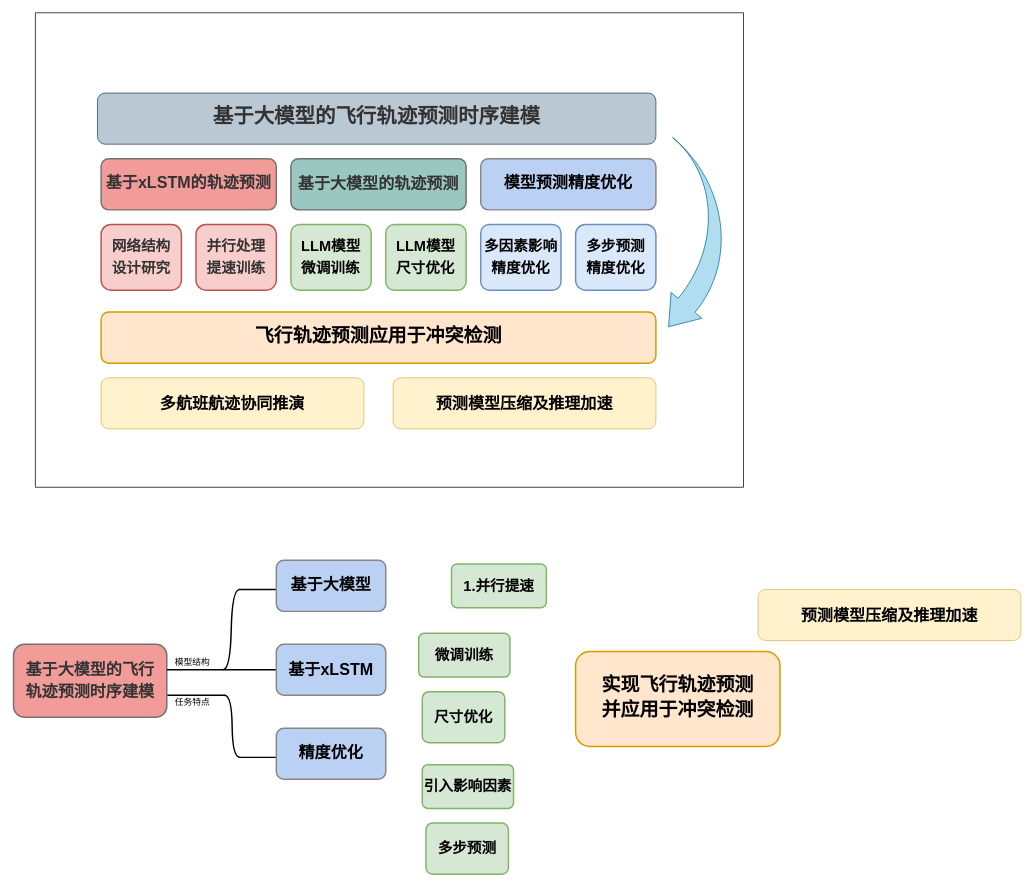
The draw.io diagram 未命名绘图.drawio in MMMayongtian/myDraw, before the edit. Source tidied: cells renumbered, new cells numbered last; positions are measured from the earlier drawing's top-left corner, leaving out a move shared by most shapes. Both pictures are drawn from the tidied source at 73%, with x=0, y=0 at pixel (13, 12).
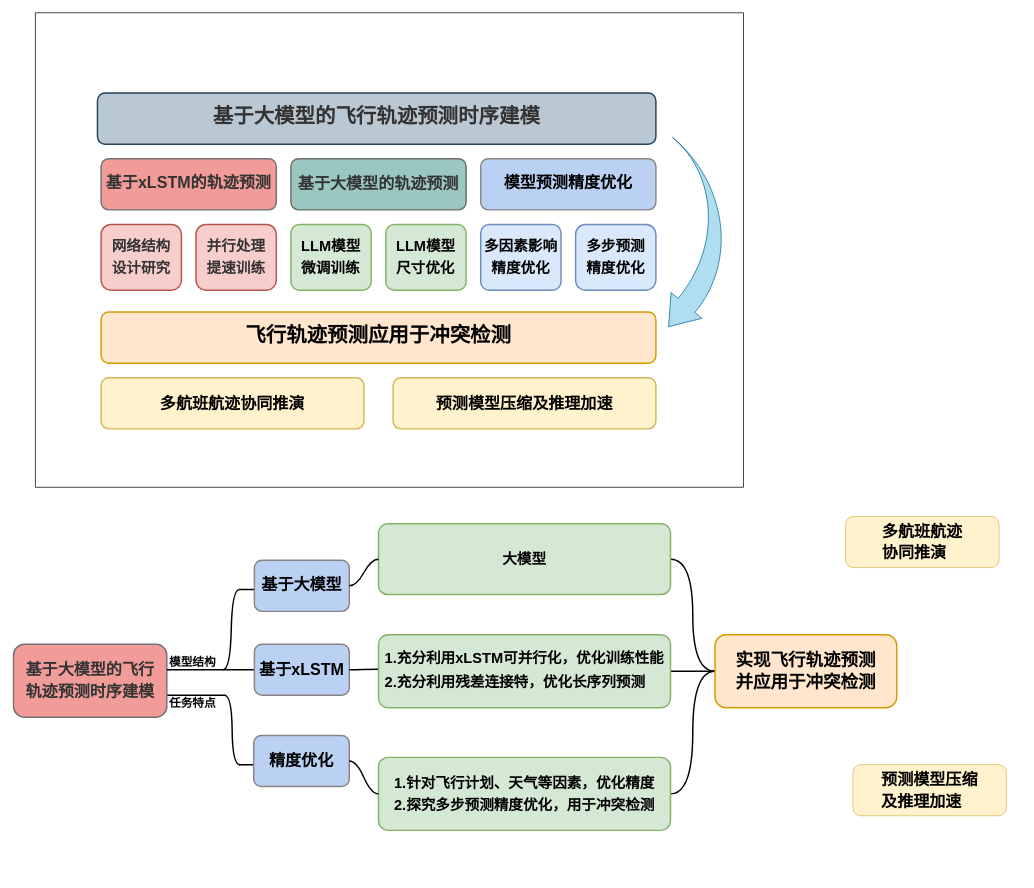
After the change.

Commit message (it also covers changes not shown here):
更新未命名绘图.drawio

What changed in the source:
```diff
@@
     <mxCell id="2" style="whiteSpace=wrap;html=1;shape=partialRectangle;top=0;left=0;bottom=1;right=0;points=[[0,1],[1,1]];fillColor=none;align=center;verticalAlign=bottom;routingCenterY=0.5;snapToPoint=1;newEdgeStyle={&quot;edgeStyle&quot;:&quot;entityRelationEdgeStyle&quot;,&quot;startArrow&quot;:&quot;none&quot;,&quot;endArrow&quot;:&quot;none&quot;,&quot;segment&quot;:10,&quot;curved&quot;:1,&quot;sourcePerimeterSpacing&quot;:0,&quot;targetPerimeterSpacing&quot;:0};strokeWidth=2;" parent="1" vertex="1">
-      <mxGeometry x="310" y="980" width="60" height="40" as="geometry" />
+      <mxGeometry x="310" y="990" width="60" height="40" as="geometry" />
     </mxCell>
@@
-    <mxCell id="5" value="&lt;div style=&quot;font-size: medium; text-align: start;&quot;&gt;&lt;/div&gt;&lt;div style=&quot;text-align: start;&quot; class=&quot;document&quot;&gt;&lt;div style=&quot;&quot; class=&quot;section&quot;&gt;&lt;p style=&quot;margin: 0pt; text-align: justify; line-height: 22pt;&quot; class=&quot;paragraph text-align-type-justify&quot;&gt;&lt;span style=&quot;font-weight: bold; color: rgb(51, 51, 51); letter-spacing: 0pt; vertical-align: baseline;&quot;&gt;&lt;font face=&quot;Helvetica&quot; style=&quot;font-size: 28px;&quot;&gt;基于大模型的飞行轨迹预测时序建模&lt;/font&gt;&lt;/span&gt;&lt;/p&gt;&lt;/div&gt;&lt;/div&gt;" style="rounded=1;whiteSpace=wrap;html=1;fillColor=#bac8d3;strokeColor=#23445d;" parent="1" vertex="1">
+    <mxCell id="5" value="&lt;div style=&quot;font-size: medium; text-align: start;&quot;&gt;&lt;/div&gt;&lt;div style=&quot;text-align: start;&quot; class=&quot;document&quot;&gt;&lt;div style=&quot;&quot; class=&quot;section&quot;&gt;&lt;p style=&quot;margin: 0pt; text-align: justify; line-height: 22pt;&quot; class=&quot;paragraph text-align-type-justify&quot;&gt;&lt;span style=&quot;font-weight: bold; color: rgb(51, 51, 51); letter-spacing: 0pt; vertical-align: baseline;&quot;&gt;&lt;font face=&quot;Helvetica&quot; style=&quot;font-size: 28px;&quot;&gt;基于大模型的飞行轨迹预测时序建模&lt;/font&gt;&lt;/span&gt;&lt;/p&gt;&lt;/div&gt;&lt;/div&gt;" style="rounded=1;whiteSpace=wrap;html=1;fillColor=#bac8d3;strokeColor=#23445d;strokeWidth=2;" parent="1" vertex="1">
       <mxGeometry x="115" y="110" width="765" height="70" as="geometry" />
     </mxCell>
@@
-    <mxCell id="14" value="&lt;div style=&quot;font-size: medium; text-align: start;&quot;&gt;&lt;/div&gt;&lt;div style=&quot;text-align: start;&quot; class=&quot;document&quot;&gt;&lt;div style=&quot;&quot; class=&quot;section&quot;&gt;&lt;p style=&quot;margin: 0pt; text-align: justify; line-height: 22pt;&quot; class=&quot;paragraph text-align-type-justify&quot;&gt;&lt;span style=&quot;font-weight: bold; letter-spacing: 0pt; vertical-align: baseline;&quot;&gt;&lt;font face=&quot;Helvetica&quot; style=&quot;font-size: 26px;&quot;&gt;飞行轨迹预测应用于冲突检测&lt;/font&gt;&lt;/span&gt;&lt;/p&gt;&lt;/div&gt;&lt;/div&gt;" style="rounded=1;whiteSpace=wrap;html=1;fillColor=#ffe6cc;strokeColor=#d79b00;strokeWidth=2;" parent="1" vertex="1">
+    <mxCell id="14" value="&lt;div style=&quot;font-size: medium; text-align: start;&quot;&gt;&lt;/div&gt;&lt;div style=&quot;text-align: start;&quot; class=&quot;document&quot;&gt;&lt;div style=&quot;&quot; class=&quot;section&quot;&gt;&lt;p style=&quot;margin: 0pt; text-align: justify; line-height: 22pt;&quot; class=&quot;paragraph text-align-type-justify&quot;&gt;&lt;span style=&quot;font-weight: bold; letter-spacing: 0pt; vertical-align: baseline;&quot;&gt;&lt;font face=&quot;Helvetica&quot; style=&quot;font-size: 28px;&quot;&gt;飞行轨迹预测应用于冲突检测&lt;/font&gt;&lt;/span&gt;&lt;/p&gt;&lt;/div&gt;&lt;/div&gt;" style="rounded=1;whiteSpace=wrap;html=1;fillColor=#ffe6cc;strokeColor=#d79b00;strokeWidth=2;" parent="1" vertex="1">
       <mxGeometry x="120" y="410" width="760" height="70" as="geometry" />
     </mxCell>
@@
-    <mxCell id="17" value="&lt;div style=&quot;font-size: medium; text-align: start;&quot;&gt;&lt;/div&gt;&lt;div style=&quot;text-align: start;&quot; class=&quot;document&quot;&gt;&lt;div style=&quot;font-size: 22px;&quot; class=&quot;section&quot;&gt;&lt;p style=&quot;margin: 0pt; text-align: justify; line-height: 22pt;&quot; class=&quot;paragraph text-align-type-justify&quot;&gt;&lt;font face=&quot;Helvetica&quot;&gt;&lt;span style=&quot;font-weight: bold; letter-spacing: 0pt; vertical-align: baseline;&quot;&gt;&lt;font style=&quot;font-size: 22px;&quot;&gt;多航班航迹&lt;/font&gt;&lt;/span&gt;&lt;span style=&quot;background-color: initial; font-weight: bold; letter-spacing: 0pt;&quot;&gt;协同推演&lt;/span&gt;&lt;/font&gt;&lt;/p&gt;&lt;/div&gt;&lt;/div&gt;" style="rounded=1;whiteSpace=wrap;html=1;fillColor=#fff2cc;strokeColor=#d6b656;" parent="1" vertex="1">
+    <mxCell id="17" value="&lt;div style=&quot;font-size: medium; text-align: start;&quot;&gt;&lt;/div&gt;&lt;div style=&quot;text-align: start;&quot; class=&quot;document&quot;&gt;&lt;div style=&quot;font-size: 22px;&quot; class=&quot;section&quot;&gt;&lt;p style=&quot;margin: 0pt; text-align: justify; line-height: 22pt;&quot; class=&quot;paragraph text-align-type-justify&quot;&gt;&lt;font face=&quot;Helvetica&quot;&gt;&lt;span style=&quot;font-weight: bold; letter-spacing: 0pt; vertical-align: baseline;&quot;&gt;&lt;font style=&quot;font-size: 22px;&quot;&gt;多航班航迹&lt;/font&gt;&lt;/span&gt;&lt;span style=&quot;background-color: initial; font-weight: bold; letter-spacing: 0pt;&quot;&gt;协同推演&lt;/span&gt;&lt;/font&gt;&lt;/p&gt;&lt;/div&gt;&lt;/div&gt;" style="rounded=1;whiteSpace=wrap;html=1;fillColor=#fff2cc;strokeColor=#d6b656;strokeWidth=2;" parent="1" vertex="1">
       <mxGeometry x="120" y="500" width="360" height="70" as="geometry" />
     </mxCell>
-    <mxCell id="18" value="&lt;div style=&quot;font-size: medium; text-align: start;&quot;&gt;&lt;/div&gt;&lt;div style=&quot;text-align: start;&quot; class=&quot;document&quot;&gt;&lt;div style=&quot;font-size: 22px;&quot; class=&quot;section&quot;&gt;&lt;p style=&quot;margin: 0pt; text-align: justify; line-height: 22pt;&quot; class=&quot;paragraph text-align-type-justify&quot;&gt;&lt;font style=&quot;font-size: 22px;&quot;&gt;&lt;b style=&quot;&quot;&gt;预测模型压缩&lt;/b&gt;&lt;/font&gt;&lt;b style=&quot;background-color: initial;&quot;&gt;及推理加速&lt;/b&gt;&lt;/p&gt;&lt;/div&gt;&lt;/div&gt;" style="rounded=1;whiteSpace=wrap;html=1;fillColor=#fff2cc;strokeColor=#d6b656;" parent="1" vertex="1">
+    <mxCell id="18" value="&lt;div style=&quot;font-size: medium; text-align: start;&quot;&gt;&lt;/div&gt;&lt;div style=&quot;text-align: start;&quot; class=&quot;document&quot;&gt;&lt;div style=&quot;font-size: 22px;&quot; class=&quot;section&quot;&gt;&lt;p style=&quot;margin: 0pt; text-align: justify; line-height: 22pt;&quot; class=&quot;paragraph text-align-type-justify&quot;&gt;&lt;font style=&quot;font-size: 22px;&quot;&gt;&lt;b style=&quot;&quot;&gt;预测模型压缩&lt;/b&gt;&lt;/font&gt;&lt;b style=&quot;background-color: initial;&quot;&gt;及推理加速&lt;/b&gt;&lt;/p&gt;&lt;/div&gt;&lt;/div&gt;" style="rounded=1;whiteSpace=wrap;html=1;fillColor=#fff2cc;strokeColor=#d6b656;strokeWidth=2;" parent="1" vertex="1">
       <mxGeometry x="520" y="500" width="360" height="70" as="geometry" />
     </mxCell>
+    <mxCell id="36" style="edgeStyle=orthogonalEdgeStyle;rounded=0;jettySize=auto;html=1;exitX=1;exitY=0.5;exitDx=0;exitDy=0;entryX=0;entryY=0.5;entryDx=0;entryDy=0;fontFamily=Helvetica;fontSize=12;fontColor=default;curved=1;strokeWidth=2;endArrow=none;endFill=0;" parent="1" edge="1" source="19" target="24">
+      <mxGeometry relative="1" as="geometry" />
+    </mxCell>
-    <mxCell id="19" value="&lt;div style=&quot;font-size: medium; text-align: start;&quot;&gt;&lt;/div&gt;&lt;div style=&quot;font-size: 20px; text-align: start;&quot; class=&quot;document&quot;&gt;&lt;div class=&quot;section&quot;&gt;&lt;p style=&quot;margin: 0pt; text-align: justify; line-height: 22pt;&quot; class=&quot;paragraph text-align-type-justify&quot;&gt;&lt;font face=&quot;宋体&quot;&gt;&lt;b&gt;1.并行提速&lt;/b&gt;&lt;/font&gt;&lt;/p&gt;&lt;/div&gt;&lt;/div&gt;" style="rounded=1;whiteSpace=wrap;html=1;fillColor=#d5e8d4;strokeColor=#82b366;arcSize=13;strokeWidth=2;" parent="1" vertex="1">
-      <mxGeometry x="600" y="755" width="130" height="60" as="geometry" />
+    <mxCell id="19" value="&lt;div style=&quot;font-size: medium; text-align: start;&quot;&gt;&lt;/div&gt;&lt;div style=&quot;text-align: start;&quot; class=&quot;document&quot;&gt;&lt;div style=&quot;&quot; class=&quot;section&quot;&gt;&lt;p style=&quot;margin: 0pt; text-align: justify; line-height: 22pt;&quot; class=&quot;paragraph text-align-type-justify&quot;&gt;&lt;font style=&quot;font-size: 20px;&quot; face=&quot;宋体&quot;&gt;&lt;b&gt;1.充分&lt;/b&gt;&lt;/font&gt;&lt;span style=&quot;text-align: start; background-color: initial; font-size: 20px;&quot;&gt;&lt;font face=&quot;宋体&quot;&gt;&lt;b&gt;利用xLSTM可并行化，优化训练性能&lt;/b&gt;&lt;/font&gt;&lt;/span&gt;&lt;/p&gt;&lt;p style=&quot;margin: 0pt; text-align: justify; line-height: 22pt;&quot; class=&quot;paragraph text-align-type-justify&quot;&gt;&lt;font style=&quot;font-size: 20px; background-color: initial;&quot; face=&quot;宋体&quot;&gt;&lt;b&gt;2.充分利用&lt;/b&gt;&lt;/font&gt;&lt;b style=&quot;font-size: 20px; background-color: initial; text-align: start; font-family: 宋体;&quot;&gt;残差连接特，&lt;/b&gt;&lt;b style=&quot;font-size: 20px; background-color: initial; font-family: 宋体;&quot;&gt;优化长序列预测&lt;/b&gt;&lt;br&gt;&lt;/p&gt;&lt;/div&gt;&lt;/div&gt;" style="rounded=1;whiteSpace=wrap;html=1;fillColor=#d5e8d4;strokeColor=#82b366;arcSize=13;strokeWidth=2;" parent="1" vertex="1">
+      <mxGeometry x="500" y="852" width="400" height="100" as="geometry" />
     </mxCell>
-    <mxCell id="20" value="&lt;div style=&quot;font-size: medium; text-align: start;&quot;&gt;&lt;/div&gt;&lt;div style=&quot;font-size: 20px; text-align: start;&quot; class=&quot;document&quot;&gt;&lt;div class=&quot;section&quot;&gt;&lt;p style=&quot;margin: 0pt; text-align: justify; line-height: 22pt;&quot; class=&quot;paragraph text-align-type-justify&quot;&gt;&lt;font face=&quot;宋体&quot;&gt;&lt;b&gt;微调训练&lt;/b&gt;&lt;/font&gt;&lt;/p&gt;&lt;/div&gt;&lt;/div&gt;" style="rounded=1;whiteSpace=wrap;html=1;fillColor=#d5e8d4;strokeColor=#82b366;arcSize=13;strokeWidth=2;" parent="1" vertex="1">
-      <mxGeometry x="555" y="850" width="125" height="60" as="geometry" />
-    </mxCell>
-    <mxCell id="21" value="&lt;div style=&quot;font-size: medium; text-align: start;&quot;&gt;&lt;/div&gt;&lt;div style=&quot;font-size: 20px; text-align: start;&quot; class=&quot;document&quot;&gt;&lt;div class=&quot;section&quot;&gt;&lt;p style=&quot;margin: 0pt; text-align: justify; line-height: 22pt;&quot; class=&quot;paragraph text-align-type-justify&quot;&gt;&lt;font face=&quot;宋体&quot;&gt;&lt;b&gt;尺寸优化&lt;/b&gt;&lt;/font&gt;&lt;/p&gt;&lt;/div&gt;&lt;/div&gt;" style="rounded=1;whiteSpace=wrap;html=1;fillColor=#d5e8d4;strokeColor=#82b366;arcSize=13;strokeWidth=2;" parent="1" vertex="1">
-      <mxGeometry x="560" y="930" width="113" height="70" as="geometry" />
-    </mxCell>
+    <mxCell id="37" style="edgeStyle=orthogonalEdgeStyle;rounded=0;jettySize=auto;html=1;exitX=1;exitY=0.5;exitDx=0;exitDy=0;entryX=0;entryY=0.5;entryDx=0;entryDy=0;fontFamily=Helvetica;fontSize=12;fontColor=default;curved=1;endArrow=none;endFill=0;strokeWidth=2;" parent="1" edge="1" source="22" target="24">
+      <mxGeometry relative="1" as="geometry" />
+    </mxCell>
-    <mxCell id="22" value="&lt;div style=&quot;font-size: medium; text-align: start;&quot;&gt;&lt;/div&gt;&lt;div style=&quot;font-size: 20px; text-align: start;&quot; class=&quot;document&quot;&gt;&lt;div class=&quot;section&quot;&gt;&lt;p style=&quot;margin: 0pt; text-align: justify; line-height: 22pt;&quot; class=&quot;paragraph text-align-type-justify&quot;&gt;&lt;font face=&quot;宋体&quot;&gt;&lt;b&gt;引入影响因素&lt;/b&gt;&lt;/font&gt;&lt;/p&gt;&lt;/div&gt;&lt;/div&gt;" style="rounded=1;whiteSpace=wrap;html=1;fillColor=#d5e8d4;strokeColor=#82b366;arcSize=13;strokeWidth=2;" parent="1" vertex="1">
-      <mxGeometry x="560" y="1030" width="125" height="60" as="geometry" />
+    <mxCell id="22" value="&lt;div style=&quot;font-size: medium; text-align: start;&quot;&gt;&lt;/div&gt;&lt;div style=&quot;font-size: 20px; text-align: start;&quot; class=&quot;document&quot;&gt;&lt;div class=&quot;section&quot;&gt;&lt;p style=&quot;margin: 0pt; text-align: justify; line-height: 22pt;&quot; class=&quot;paragraph text-align-type-justify&quot;&gt;&lt;font face=&quot;宋体&quot;&gt;&lt;b&gt;大模型&lt;/b&gt;&lt;/font&gt;&lt;/p&gt;&lt;/div&gt;&lt;/div&gt;" style="rounded=1;whiteSpace=wrap;html=1;fillColor=#d5e8d4;strokeColor=#82b366;arcSize=13;strokeWidth=2;" parent="1" vertex="1">
+      <mxGeometry x="500" y="700" width="400" height="97" as="geometry" />
     </mxCell>
+    <mxCell id="38" style="edgeStyle=orthogonalEdgeStyle;rounded=0;jettySize=auto;html=1;exitX=1;exitY=0.5;exitDx=0;exitDy=0;entryX=0;entryY=0.5;entryDx=0;entryDy=0;fontFamily=Helvetica;fontSize=12;fontColor=default;curved=1;strokeWidth=2;endArrow=none;endFill=0;" parent="1" edge="1" source="23" target="24">
+      <mxGeometry relative="1" as="geometry" />
+    </mxCell>
-    <mxCell id="23" value="&lt;div style=&quot;font-size: medium; text-align: start;&quot;&gt;&lt;/div&gt;&lt;div style=&quot;font-size: 20px; text-align: start;&quot; class=&quot;document&quot;&gt;&lt;div class=&quot;section&quot;&gt;&lt;p style=&quot;margin: 0pt; text-align: justify; line-height: 22pt;&quot; class=&quot;paragraph text-align-type-justify&quot;&gt;&lt;font face=&quot;宋体&quot;&gt;&lt;b&gt;多步预测&lt;/b&gt;&lt;/font&gt;&lt;/p&gt;&lt;/div&gt;&lt;/div&gt;" style="rounded=1;whiteSpace=wrap;html=1;fillColor=#d5e8d4;strokeColor=#82b366;arcSize=13;strokeWidth=2;" parent="1" vertex="1">
-      <mxGeometry x="565" y="1110" width="113" height="70" as="geometry" />
+    <mxCell id="23" value="&lt;div style=&quot;font-size: medium; text-align: start;&quot;&gt;&lt;/div&gt;&lt;div style=&quot;font-size: 20px; text-align: start;&quot; class=&quot;document&quot;&gt;&lt;div class=&quot;section&quot;&gt;&lt;p style=&quot;margin: 0pt; text-align: justify; line-height: 22pt;&quot; class=&quot;paragraph text-align-type-justify&quot;&gt;&lt;font face=&quot;宋体&quot;&gt;&lt;b&gt;1.针对飞行计划、天气等因素，优化精度&lt;/b&gt;&lt;/font&gt;&lt;/p&gt;&lt;p style=&quot;margin: 0pt; text-align: justify; line-height: 22pt;&quot; class=&quot;paragraph text-align-type-justify&quot;&gt;&lt;font face=&quot;宋体&quot;&gt;&lt;b&gt;2.探究多步预测精度优化，用于冲突检测&lt;/b&gt;&lt;/font&gt;&lt;/p&gt;&lt;/div&gt;&lt;/div&gt;" style="rounded=1;whiteSpace=wrap;html=1;fillColor=#d5e8d4;strokeColor=#82b366;arcSize=13;strokeWidth=2;" parent="1" vertex="1">
+      <mxGeometry x="500" y="1020" width="400" height="100" as="geometry" />
     </mxCell>
-    <mxCell id="24" value="&lt;div style=&quot;font-size: medium; text-align: start;&quot;&gt;&lt;/div&gt;&lt;div style=&quot;text-align: start;&quot; class=&quot;document&quot;&gt;&lt;div style=&quot;&quot; class=&quot;section&quot;&gt;&lt;p style=&quot;margin: 0pt; text-align: justify; font-family: 等线; line-height: 22pt;&quot; class=&quot;paragraph text-align-type-justify&quot;&gt;&lt;span style=&quot;font-family: 宋体; font-weight: bold; letter-spacing: 0pt; vertical-align: baseline;&quot;&gt;&lt;font style=&quot;font-size: 26px;&quot;&gt;实现飞行轨迹预测&lt;/font&gt;&lt;/span&gt;&lt;/p&gt;&lt;p style=&quot;margin: 0pt; text-align: justify; font-family: 等线; line-height: 22pt;&quot; class=&quot;paragraph text-align-type-justify&quot;&gt;&lt;span style=&quot;font-family: 宋体; font-weight: bold; letter-spacing: 0pt; vertical-align: baseline;&quot;&gt;&lt;font style=&quot;font-size: 26px;&quot;&gt;并应用于冲突检测&lt;/font&gt;&lt;/span&gt;&lt;/p&gt;&lt;/div&gt;&lt;/div&gt;" style="rounded=1;whiteSpace=wrap;html=1;fillColor=#ffe6cc;strokeColor=#d79b00;strokeWidth=2;" parent="1" vertex="1">
-      <mxGeometry x="770" y="875" width="280" height="130" as="geometry" />
+    <mxCell id="24" value="&lt;div style=&quot;font-size: medium; text-align: start;&quot;&gt;&lt;/div&gt;&lt;div style=&quot;text-align: start; font-size: 24px;&quot; class=&quot;document&quot;&gt;&lt;div style=&quot;&quot; class=&quot;section&quot;&gt;&lt;p style=&quot;margin: 0pt; text-align: justify; line-height: 22pt;&quot; class=&quot;paragraph text-align-type-justify&quot;&gt;&lt;span style=&quot;font-weight: bold; letter-spacing: 0pt; vertical-align: baseline;&quot;&gt;&lt;font face=&quot;Helvetica&quot; style=&quot;font-size: 24px;&quot;&gt;实现飞行轨迹预测&lt;/font&gt;&lt;/span&gt;&lt;/p&gt;&lt;p style=&quot;margin: 0pt; text-align: justify; line-height: 22pt;&quot; class=&quot;paragraph text-align-type-justify&quot;&gt;&lt;span style=&quot;font-weight: bold; letter-spacing: 0pt; vertical-align: baseline;&quot;&gt;&lt;font face=&quot;BEztwHdYN5v9dBbuW6-Z&quot; style=&quot;font-size: 24px;&quot;&gt;并应用于冲突检测&lt;/font&gt;&lt;/span&gt;&lt;/p&gt;&lt;/div&gt;&lt;/div&gt;" style="rounded=1;whiteSpace=wrap;html=1;fillColor=#ffe6cc;strokeColor=#d79b00;strokeWidth=2;" parent="1" vertex="1">
+      <mxGeometry x="961" y="852" width="249" height="100" as="geometry" />
     </mxCell>
-    <mxCell id="25" value="&lt;div style=&quot;font-size: medium; text-align: start;&quot;&gt;&lt;/div&gt;&lt;div style=&quot;text-align: start;&quot; class=&quot;document&quot;&gt;&lt;div style=&quot;font-size: 22px;&quot; class=&quot;section&quot;&gt;&lt;p style=&quot;margin: 0pt; text-align: justify; line-height: 22pt;&quot; class=&quot;paragraph text-align-type-justify&quot;&gt;&lt;font style=&quot;font-size: 22px;&quot; face=&quot;宋体&quot;&gt;&lt;span style=&quot;&quot;&gt;&lt;b&gt;预测模型压缩&lt;/b&gt;&lt;/span&gt;&lt;/font&gt;&lt;b style=&quot;font-family: 宋体; background-color: initial;&quot;&gt;及推理加速&lt;/b&gt;&lt;/p&gt;&lt;/div&gt;&lt;/div&gt;" style="rounded=1;whiteSpace=wrap;html=1;fillColor=#fff2cc;strokeColor=#d6b656;" parent="1" vertex="1">
-      <mxGeometry x="1020" y="790" width="360" height="70" as="geometry" />
+    <mxCell id="25" value="&lt;div style=&quot;font-size: medium; text-align: start;&quot;&gt;&lt;/div&gt;&lt;div style=&quot;text-align: start;&quot; class=&quot;document&quot;&gt;&lt;div style=&quot;font-size: 22px;&quot; class=&quot;section&quot;&gt;&lt;p style=&quot;margin: 0pt; text-align: justify; line-height: 22pt;&quot; class=&quot;paragraph text-align-type-justify&quot;&gt;&lt;span style=&quot;letter-spacing: 0pt; font-weight: bold; vertical-align: baseline;&quot;&gt;多航班航迹&lt;/span&gt;&lt;/p&gt;&lt;p style=&quot;margin: 0pt; text-align: justify; line-height: 22pt;&quot; class=&quot;paragraph text-align-type-justify&quot;&gt;&lt;span style=&quot;letter-spacing: 0pt; background-color: initial; font-weight: bold;&quot;&gt;协同推演&lt;/span&gt;&lt;br&gt;&lt;/p&gt;&lt;/div&gt;&lt;/div&gt;" style="rounded=1;whiteSpace=wrap;html=1;fillColor=#fff2cc;strokeColor=#d6b656;" parent="1" vertex="1">
+      <mxGeometry x="1140" y="690" width="210" height="70" as="geometry" />
     </mxCell>
@@
     <mxCell id="29" value="&lt;span style=&quot;font-size: 22px;&quot;&gt;&lt;b style=&quot;&quot;&gt;&lt;font face=&quot;Helvetica&quot;&gt;精度优化&lt;/font&gt;&lt;/b&gt;&lt;/span&gt;" style="rounded=1;whiteSpace=wrap;html=1;fillColor=#bad1f3;strokeColor=#8a8585;strokeWidth=2;" parent="1" vertex="1">
-      <mxGeometry x="360" y="980" width="150" height="70" as="geometry" />
+      <mxGeometry x="329" y="990" width="131" height="70" as="geometry" />
     </mxCell>
     <mxCell id="30" value="&lt;pre&gt;&lt;span style=&quot;font-size: 22px;&quot;&gt;&lt;font style=&quot;&quot; face=&quot;Helvetica&quot;&gt;&lt;b&gt;基于大模型&lt;/b&gt;&lt;/font&gt;&lt;/span&gt;&lt;/pre&gt;" style="rounded=1;whiteSpace=wrap;html=1;fillColor=#bad1f3;strokeColor=#8a8585;strokeWidth=2;" parent="1" vertex="1">
-      <mxGeometry x="360" y="750" width="150" height="70" as="geometry" />
+      <mxGeometry x="330" y="750" width="130" height="70" as="geometry" />
     </mxCell>
@@
     <mxCell id="33" value="&lt;b style=&quot;font-size: 22px;&quot;&gt;&lt;font face=&quot;Helvetica&quot;&gt;基于xLSTM&lt;/font&gt;&lt;/b&gt;" style="rounded=1;whiteSpace=wrap;html=1;fillColor=#bad1f3;strokeColor=#8a8585;strokeWidth=2;" parent="1" vertex="1">
-      <mxGeometry x="360" y="865" width="150" height="70" as="geometry" />
+      <mxGeometry x="330" y="865" width="130" height="70" as="geometry" />
     </mxCell>
-    <mxCell id="34" value="模型结构" style="text;html=1;align=center;verticalAlign=middle;strokeColor=none;fillColor=none;" parent="1" vertex="1">
-      <mxGeometry x="210" y="875" width="70" height="30" as="geometry" />
+    <mxCell id="34" value="&lt;b&gt;&lt;font style=&quot;font-size: 16px;&quot;&gt;模型结构&lt;/font&gt;&lt;/b&gt;" style="text;html=1;align=center;verticalAlign=middle;strokeColor=none;fillColor=none;" parent="1" vertex="1">
+      <mxGeometry x="200" y="875" width="90" height="30" as="geometry" />
     </mxCell>
-    <mxCell id="35" value="任务特点" style="text;html=1;align=center;verticalAlign=middle;strokeColor=none;fillColor=none;" parent="1" vertex="1">
-      <mxGeometry x="210" y="930" width="70" height="30" as="geometry" />
+    <mxCell id="35" value="&lt;b&gt;&lt;font style=&quot;font-size: 16px;&quot;&gt;任务特点&lt;/font&gt;&lt;/b&gt;" style="text;html=1;align=center;verticalAlign=middle;strokeColor=none;fillColor=none;" parent="1" vertex="1">
+      <mxGeometry x="200" y="930" width="90" height="30" as="geometry" />
     </mxCell>
+    <mxCell id="39" style="edgeStyle=entityRelationEdgeStyle;startArrow=none;endArrow=none;segment=10;curved=1;sourcePerimeterSpacing=0;targetPerimeterSpacing=0;rounded=0;fontFamily=Helvetica;fontSize=12;fontColor=default;entryX=0;entryY=0.5;entryDx=0;entryDy=0;exitX=1;exitY=0.5;exitDx=0;exitDy=0;strokeWidth=2;" parent="1" edge="1" source="30" target="22">
+      <mxGeometry relative="1" as="geometry" />
+    </mxCell>
+    <mxCell id="40" style="edgeStyle=entityRelationEdgeStyle;startArrow=none;endArrow=none;segment=10;curved=1;sourcePerimeterSpacing=0;targetPerimeterSpacing=0;rounded=0;fontFamily=Helvetica;fontSize=12;fontColor=default;entryX=-0.002;entryY=0.473;entryDx=0;entryDy=0;exitX=1;exitY=0.5;exitDx=0;exitDy=0;entryPerimeter=0;strokeWidth=2;" parent="1" edge="1" source="33" target="19">
+      <mxGeometry relative="1" as="geometry">
+        <Array as="points">
+          <mxPoint x="495" y="890" />
+          <mxPoint x="495" y="890" />
+        </Array>
+      </mxGeometry>
+    </mxCell>
+    <mxCell id="41" style="edgeStyle=entityRelationEdgeStyle;startArrow=none;endArrow=none;segment=10;curved=1;sourcePerimeterSpacing=0;targetPerimeterSpacing=0;rounded=0;fontFamily=Helvetica;fontSize=12;fontColor=default;entryX=0;entryY=0.5;entryDx=0;entryDy=0;exitX=1;exitY=0.5;exitDx=0;exitDy=0;strokeWidth=2;" parent="1" edge="1" source="29" target="23">
+      <mxGeometry relative="1" as="geometry" />
+    </mxCell>
+    <mxCell id="42" value="&lt;div style=&quot;font-size: medium; text-align: start;&quot;&gt;&lt;/div&gt;&lt;div style=&quot;text-align: start;&quot; class=&quot;document&quot;&gt;&lt;div style=&quot;font-size: 22px;&quot; class=&quot;section&quot;&gt;&lt;p style=&quot;margin: 0pt; text-align: justify; line-height: 22pt;&quot; class=&quot;paragraph text-align-type-justify&quot;&gt;&lt;font style=&quot;font-size: 22px;&quot; face=&quot;宋体&quot;&gt;&lt;span style=&quot;&quot;&gt;&lt;b&gt;预测模型压缩&lt;/b&gt;&lt;/span&gt;&lt;/font&gt;&lt;/p&gt;&lt;p style=&quot;margin: 0pt; text-align: justify; line-height: 22pt;&quot; class=&quot;paragraph text-align-type-justify&quot;&gt;&lt;b style=&quot;font-family: 宋体; background-color: initial;&quot;&gt;及推理加速&lt;/b&gt;&lt;/p&gt;&lt;/div&gt;&lt;/div&gt;" style="rounded=1;whiteSpace=wrap;html=1;fillColor=#fff2cc;strokeColor=#d6b656;" parent="1" vertex="1">
+      <mxGeometry x="1150" y="1030" width="210" height="70" as="geometry" />
+    </mxCell>
```
